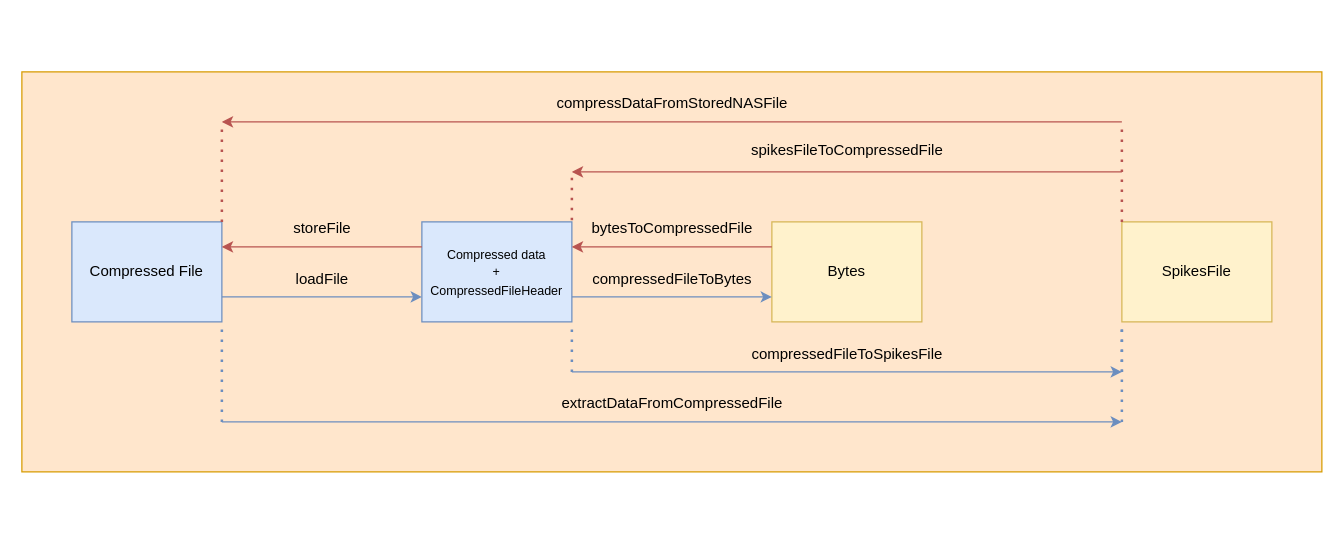
alvayus/AERzip keeps this draw.io diagram as images/AERzip_CompressionFunctions.drawio. Above is the earlier version. Source tidied: cells renumbered, new cells numbered last; positions are measured from the earlier drawing's top-left corner, leaving out a move shared by most shapes. Both pictures are drawn from the tidied source at 125%, with x=0, y=0 at pixel (21, 71).
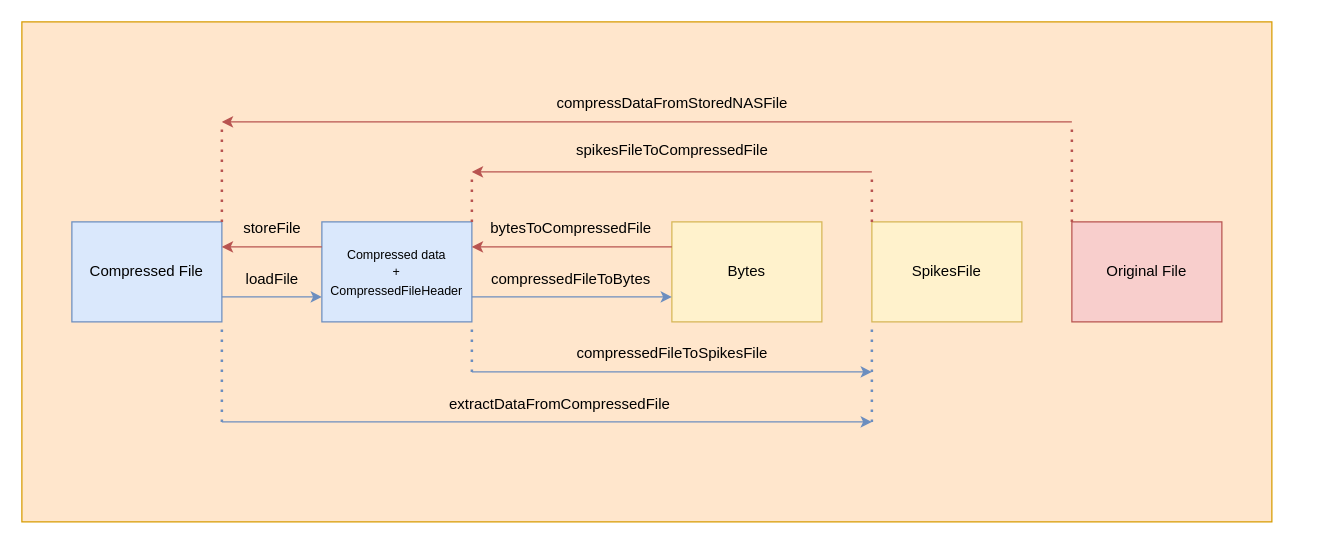
The same page after the edit.

The change refers to these unchanged cells:
```xml
<mxCell id="6" value="Compressed File" style="rounded=0;whiteSpace=wrap;html=1;fillColor=#dae8fc;strokeColor=#6c8ebf;" parent="1" vertex="1">
  <mxGeometry x="40" y="120" width="120" height="80" as="geometry" />
</mxCell>
```

Diff of the diagram source:
```diff
@@
     <mxCell id="2" style="rounded=0;whiteSpace=wrap;html=1;fillColor=#ffe6cc;strokeColor=#d79b00;" parent="1" vertex="1">
-      <mxGeometry width="1040" height="320" as="geometry" />
+      <mxGeometry y="-40" width="1000" height="400" as="geometry" />
     </mxCell>
     <mxCell id="3" value="&lt;font style=&quot;font-size: 10px&quot;&gt;Compressed data&lt;br&gt;+&lt;br&gt;CompressedFileHeader&lt;/font&gt;" style="rounded=0;whiteSpace=wrap;html=1;fillColor=#dae8fc;strokeColor=#6c8ebf;" parent="1" vertex="1">
-      <mxGeometry x="320" y="120" width="120" height="80" as="geometry" />
+      <mxGeometry x="240" y="120" width="120" height="80" as="geometry" />
     </mxCell>
     <mxCell id="4" value="SpikesFile" style="rounded=0;whiteSpace=wrap;html=1;fillColor=#fff2cc;strokeColor=#d6b656;" parent="1" vertex="1">
-      <mxGeometry x="880" y="120" width="120" height="80" as="geometry" />
+      <mxGeometry x="680" y="120" width="120" height="80" as="geometry" />
     </mxCell>
     <mxCell id="5" value="Bytes" style="rounded=0;whiteSpace=wrap;html=1;fillColor=#fff2cc;strokeColor=#d6b656;" parent="1" vertex="1">
-      <mxGeometry x="600" y="120" width="120" height="80" as="geometry" />
+      <mxGeometry x="520" y="120" width="120" height="80" as="geometry" />
     </mxCell>
@@
-    <mxCell id="7" style="edgeStyle=orthogonalEdgeStyle;rounded=0;jettySize=auto;html=1;exitX=1;exitY=0.75;exitDx=0;exitDy=0;entryX=0;entryY=0.75;entryDx=0;entryDy=0;fontSize=10;fillColor=#dae8fc;strokeColor=#6c8ebf;" parent="1" edge="1" source="3" target="5">
+    <mxCell id="7" style="edgeStyle=orthogonalEdgeStyle;rounded=0;jettySize=auto;html=1;exitX=1;exitY=0.75;exitDx=0;exitDy=0;fontSize=10;fillColor=#dae8fc;strokeColor=#6c8ebf;entryX=0;entryY=0.75;entryDx=0;entryDy=0;" parent="1" edge="1" source="3" target="5">
       <mxGeometry relative="1" as="geometry" />
     </mxCell>
-    <mxCell id="8" style="edgeStyle=orthogonalEdgeStyle;rounded=0;orthogonalLoop=1;jettySize=auto;html=1;exitX=0;exitY=0.75;exitDx=0;exitDy=0;entryX=1;entryY=0.75;entryDx=0;entryDy=0;fontFamily=Helvetica;fontSize=16;fontColor=#000000;endArrow=none;endFill=0;strokeColor=#6c8ebf;fillColor=#dae8fc;startArrow=classic;startFill=1;" parent="1" edge="1">
+    <mxCell id="8" style="edgeStyle=orthogonalEdgeStyle;rounded=0;jettySize=auto;html=1;entryX=1;entryY=0.75;entryDx=0;entryDy=0;fontFamily=Helvetica;fontSize=16;fontColor=#000000;endArrow=none;endFill=0;strokeColor=#6c8ebf;fillColor=#dae8fc;startArrow=classic;startFill=1;exitX=0;exitY=0.75;exitDx=0;exitDy=0;" parent="1" edge="1" source="3">
       <mxGeometry relative="1" as="geometry">
-        <mxPoint x="320" y="180" as="sourcePoint" />
         <mxPoint x="160" y="180" as="targetPoint" />
       </mxGeometry>
     </mxCell>
     <mxCell id="9" value="compressedFileToBytes" style="text;html=1;align=center;verticalAlign=middle;strokeColor=none;fillColor=none;rotation=0;fontSize=12;" parent="1" vertex="1">
-      <mxGeometry x="445" y="151" width="150" height="30" as="geometry" />
+      <mxGeometry x="364" y="151" width="150" height="30" as="geometry" />
     </mxCell>
     <mxCell id="10" value="loadFile" style="text;html=1;align=center;verticalAlign=middle;strokeColor=none;fillColor=none;" parent="1" vertex="1">
-      <mxGeometry x="205" y="151" width="70" height="30" as="geometry" />
+      <mxGeometry x="165" y="151" width="70" height="30" as="geometry" />
     </mxCell>
     <mxCell id="11" style="endArrow=classic;html=1;rounded=0;fillColor=#dae8fc;strokeColor=#6c8ebf;" parent="1" edge="1">
       <mxGeometry relative="1" as="geometry">
-        <mxPoint x="440" y="240" as="sourcePoint" />
-        <mxPoint x="880" y="240" as="targetPoint" />
+        <mxPoint x="360" y="240" as="sourcePoint" />
+        <mxPoint x="680" y="240" as="targetPoint" />
       </mxGeometry>
     </mxCell>
     <mxCell id="12" style="endArrow=none;dashed=1;html=1;dashPattern=1 3;strokeWidth=2;rounded=0;fillColor=#dae8fc;strokeColor=#6c8ebf;entryX=1;entryY=1;entryDx=0;entryDy=0;" parent="1" edge="1" target="3">
       <mxGeometry relative="1" as="geometry">
-        <mxPoint x="440" y="240" as="sourcePoint" />
+        <mxPoint x="360" y="240" as="sourcePoint" />
       </mxGeometry>
     </mxCell>
     <mxCell id="13" value="compressedFileToSpikesFile" style="text;html=1;align=center;verticalAlign=middle;strokeColor=none;fillColor=none;rotation=0;" parent="1" vertex="1">
-      <mxGeometry x="575" y="216" width="170" height="20" as="geometry" />
+      <mxGeometry x="435" y="215" width="170" height="20" as="geometry" />
     </mxCell>
-    <mxCell id="14" style="endArrow=none;dashed=1;html=1;dashPattern=1 3;strokeWidth=2;rounded=0;fillColor=#dae8fc;strokeColor=#6c8ebf;entryX=0;entryY=1;entryDx=0;entryDy=0;" parent="1" edge="1" target="4">
-      <mxGeometry relative="1" as="geometry">
-        <mxPoint x="880" y="240" as="sourcePoint" />
-      </mxGeometry>
-    </mxCell>
@@
     <mxCell id="16" style="endArrow=none;dashed=1;html=1;dashPattern=1 3;strokeWidth=2;rounded=0;fillColor=#dae8fc;strokeColor=#6c8ebf;entryX=0;entryY=1;entryDx=0;entryDy=0;" parent="1" edge="1" target="4">
       <mxGeometry relative="1" as="geometry">
-        <mxPoint x="880" y="280" as="sourcePoint" />
+        <mxPoint x="680" y="280" as="sourcePoint" />
       </mxGeometry>
     </mxCell>
     <mxCell id="17" style="endArrow=classic;html=1;rounded=0;fillColor=#dae8fc;strokeColor=#6c8ebf;" parent="1" edge="1">
       <mxGeometry relative="1" as="geometry">
         <mxPoint x="160" y="280" as="sourcePoint" />
-        <mxPoint x="880" y="280" as="targetPoint" />
+        <mxPoint x="680" y="280" as="targetPoint" />
       </mxGeometry>
     </mxCell>
     <mxCell id="18" value="extractDataFromCompressedFile" style="text;html=1;align=center;verticalAlign=middle;strokeColor=none;fillColor=none;fontSize=12;" parent="1" vertex="1">
-      <mxGeometry x="420" y="250" width="200" height="30" as="geometry" />
+      <mxGeometry x="330" y="251" width="200" height="30" as="geometry" />
     </mxCell>
-    <mxCell id="19" style="edgeStyle=orthogonalEdgeStyle;rounded=0;jettySize=auto;html=1;exitX=0;exitY=0.25;exitDx=0;exitDy=0;entryX=1;entryY=0.25;entryDx=0;entryDy=0;fillColor=#f8cecc;strokeColor=#b85450;" parent="1" edge="1" source="5" target="3">
+    <mxCell id="19" style="edgeStyle=orthogonalEdgeStyle;rounded=0;jettySize=auto;html=1;entryX=1;entryY=0.25;entryDx=0;entryDy=0;fillColor=#f8cecc;strokeColor=#b85450;exitX=0;exitY=0.25;exitDx=0;exitDy=0;" parent="1" edge="1" source="5" target="3">
       <mxGeometry relative="1" as="geometry" />
     </mxCell>
     <mxCell id="20" value="bytesToCompressedFile" style="text;html=1;align=center;verticalAlign=middle;strokeColor=none;fillColor=none;rotation=0;fontSize=12;" parent="1" vertex="1">
-      <mxGeometry x="445" y="110" width="150" height="30" as="geometry" />
+      <mxGeometry x="364" y="110" width="150" height="30" as="geometry" />
     </mxCell>
     <mxCell id="21" style="endArrow=classic;html=1;rounded=0;fillColor=#f8cecc;strokeColor=#b85450;startArrow=none;" parent="1" edge="1">
       <mxGeometry relative="1" as="geometry">
-        <mxPoint x="880" y="80" as="sourcePoint" />
-        <mxPoint x="440" y="80" as="targetPoint" />
+        <mxPoint x="680" y="80" as="sourcePoint" />
+        <mxPoint x="360" y="80" as="targetPoint" />
       </mxGeometry>
     </mxCell>
     <mxCell id="22" style="endArrow=none;dashed=1;html=1;dashPattern=1 3;strokeWidth=2;rounded=0;fillColor=#f8cecc;strokeColor=#b85450;" parent="1" edge="1">
       <mxGeometry relative="1" as="geometry">
-        <mxPoint x="440" y="118.6" as="sourcePoint" />
-        <mxPoint x="440" y="80" as="targetPoint" />
+        <mxPoint x="360" y="120" as="sourcePoint" />
+        <mxPoint x="360" y="81.4" as="targetPoint" />
       </mxGeometry>
     </mxCell>
-    <mxCell id="23" style="edgeStyle=orthogonalEdgeStyle;rounded=0;jettySize=auto;html=1;entryX=0;entryY=0.25;entryDx=0;entryDy=0;fontFamily=Helvetica;fontSize=16;fontColor=#000000;endArrow=none;endFill=0;strokeColor=#b85450;fillColor=#f8cecc;startArrow=classic;startFill=1;exitX=1;exitY=0.25;exitDx=0;exitDy=0;" parent="1" edge="1" source="6" target="3">
+    <mxCell id="23" style="edgeStyle=orthogonalEdgeStyle;rounded=0;jettySize=auto;html=1;fontFamily=Helvetica;fontSize=16;fontColor=#000000;endArrow=none;endFill=0;strokeColor=#b85450;fillColor=#f8cecc;startArrow=classic;startFill=1;exitX=1;exitY=0.25;exitDx=0;exitDy=0;entryX=0;entryY=0.25;entryDx=0;entryDy=0;" parent="1" edge="1" source="6" target="3">
       <mxGeometry relative="1" as="geometry" />
     </mxCell>
     <mxCell id="24" value="storeFile" style="text;html=1;align=center;verticalAlign=middle;strokeColor=none;fillColor=none;" parent="1" vertex="1">
-      <mxGeometry x="205" y="110" width="70" height="30" as="geometry" />
+      <mxGeometry x="165" y="110" width="70" height="30" as="geometry" />
     </mxCell>
     <mxCell id="25" value="spikesFileToCompressedFile&lt;br&gt;" style="text;html=1;align=center;verticalAlign=middle;strokeColor=none;fillColor=none;rotation=0;" parent="1" vertex="1">
-      <mxGeometry x="575" y="53" width="170" height="20" as="geometry" />
+      <mxGeometry x="435" y="53" width="170" height="20" as="geometry" />
     </mxCell>
-    <mxCell id="26" style="endArrow=none;dashed=1;html=1;dashPattern=1 3;strokeWidth=2;rounded=0;fillColor=#f8cecc;strokeColor=#b85450;" parent="1" edge="1">
+    <mxCell id="26" style="endArrow=none;dashed=1;html=1;dashPattern=1 3;strokeWidth=2;rounded=0;fillColor=#f8cecc;strokeColor=#b85450;exitX=0;exitY=0;exitDx=0;exitDy=0;" parent="1" edge="1" source="4">
       <mxGeometry relative="1" as="geometry">
-        <mxPoint x="880" y="120" as="sourcePoint" />
-        <mxPoint x="880" y="40" as="targetPoint" />
+        <mxPoint x="680" y="80" as="targetPoint" />
       </mxGeometry>
     </mxCell>
@@
     <mxCell id="29" style="endArrow=classic;html=1;rounded=0;fillColor=#f8cecc;strokeColor=#b85450;startArrow=none;" parent="1" edge="1">
       <mxGeometry relative="1" as="geometry">
-        <mxPoint x="880" y="40" as="sourcePoint" />
+        <mxPoint x="840" y="40" as="sourcePoint" />
         <mxPoint x="160" y="40" as="targetPoint" />
       </mxGeometry>
     </mxCell>
+    <mxCell id="30" value="Original File" style="rounded=0;whiteSpace=wrap;html=1;fillColor=#f8cecc;strokeColor=#b85450;" parent="1" vertex="1">
+      <mxGeometry x="840" y="120" width="120" height="80" as="geometry" />
+    </mxCell>
+    <mxCell id="31" style="endArrow=none;dashed=1;html=1;dashPattern=1 3;strokeWidth=2;rounded=0;fillColor=#f8cecc;strokeColor=#b85450;exitX=0;exitY=0;exitDx=0;exitDy=0;" parent="1" edge="1" source="30">
+      <mxGeometry relative="1" as="geometry">
+        <mxPoint x="840" y="40" as="targetPoint" />
+      </mxGeometry>
+    </mxCell>
```
